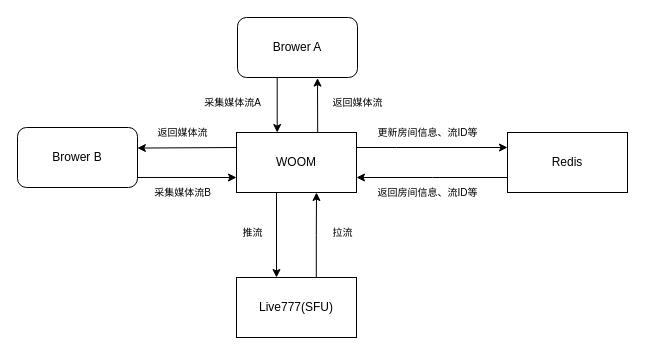
Earlier version of the draw.io diagram webrtc.drawio (xdzqyyds/draw.io). Source tidied: cells renumbered, new cells numbered last; positions are measured from the earlier drawing's top-left corner, leaving out a move shared by most shapes. Both pictures are drawn from the tidied source at 100%, with x=0, y=0 at pixel (17, 17).
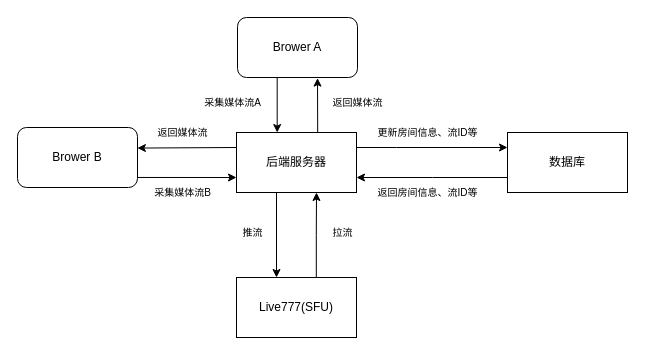
The same page after the edit.

What changed in the source:
```diff
@@
-    <mxCell id="4" value="WOOM" style="rounded=0;whiteSpace=wrap;html=1;" parent="1" vertex="1">
+    <mxCell id="4" value="后端服务器" style="rounded=0;whiteSpace=wrap;html=1;" parent="1" vertex="1">
       <mxGeometry x="219" y="115" width="120" height="60" as="geometry" />
     </mxCell>
-    <mxCell id="5" value="Redis" style="rounded=0;whiteSpace=wrap;html=1;" parent="1" vertex="1">
+    <mxCell id="5" value="数据库" style="rounded=0;whiteSpace=wrap;html=1;" parent="1" vertex="1">
       <mxGeometry x="490" y="115" width="120" height="60" as="geometry" />
     </mxCell>
```
